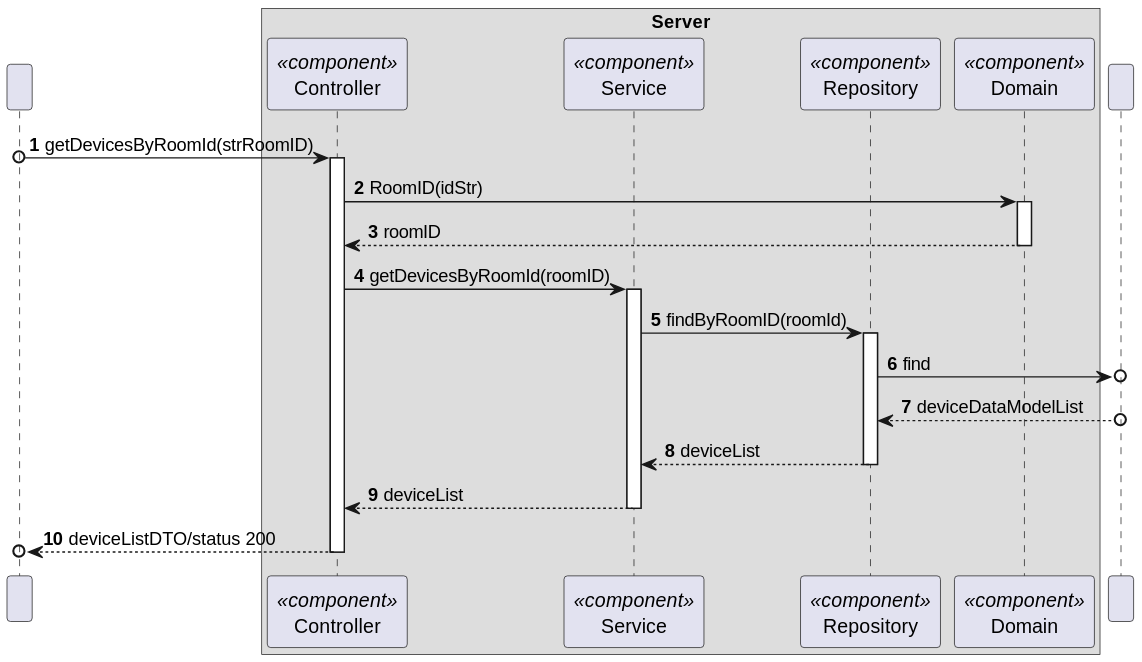
Before: docs/C4_4plus1_models/Level4/ProcessView/ProcessViewLevel4_UC06_v1.svg, a diagram exported from PlantUML (moutajDev/smarthome).
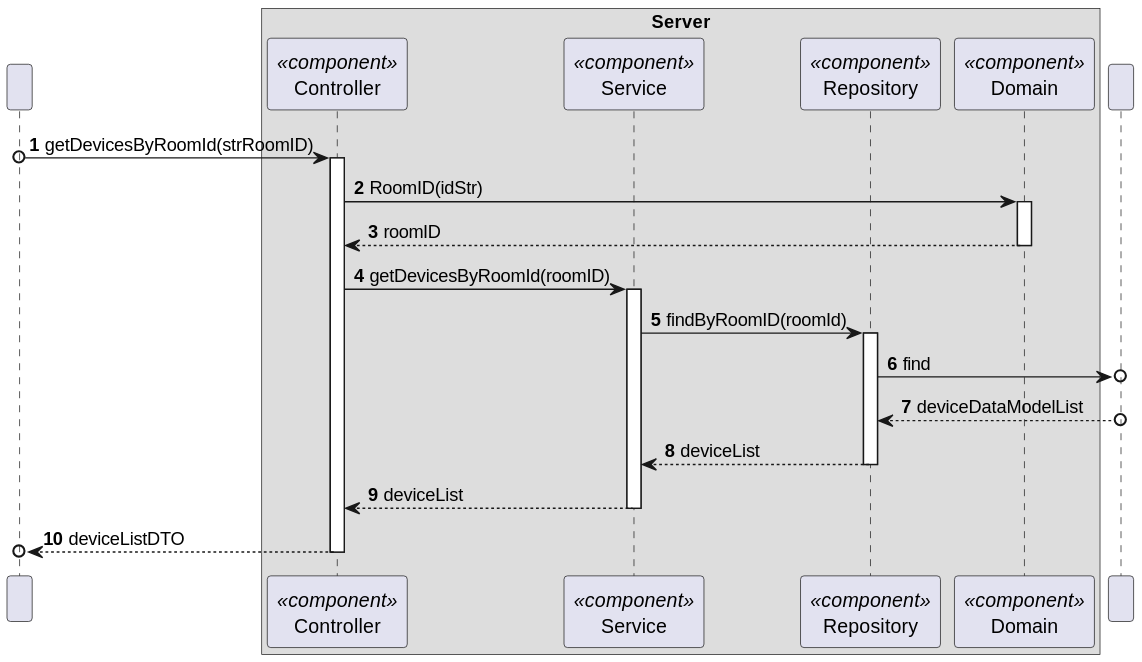
Above is the later version.

What changed in the source:
```diff
@@ -41,6 +41,6 @@
 SV --> CTRL : deviceList
 deactivate SV
 
-CTRL -->o HTTP : deviceListDTO/status 200
+CTRL -->o HTTP : deviceListDTO
 deactivate CTRL
 @enduml
```
